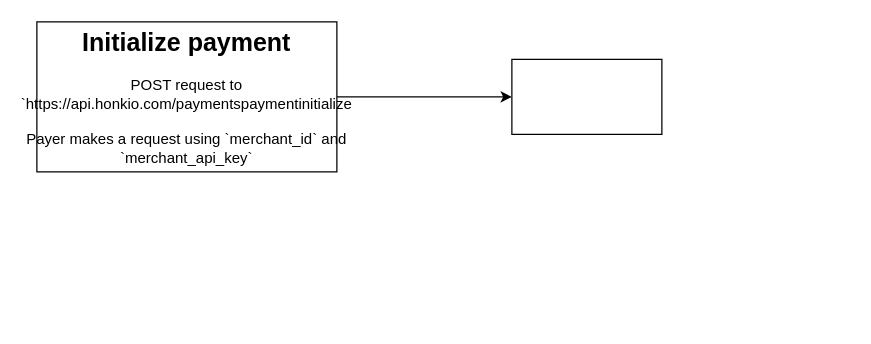
AlexanderPershin/Diagrams keeps this draw.io diagram as Honkio-project-description.drawio. Above is the earlier version. Source tidied: cells renumbered, new cells numbered last; positions are measured from the earlier drawing's top-left corner, leaving out a move shared by most shapes. Both pictures are drawn from the tidied source at 125%, with x=0, y=0 at pixel (36, 21).
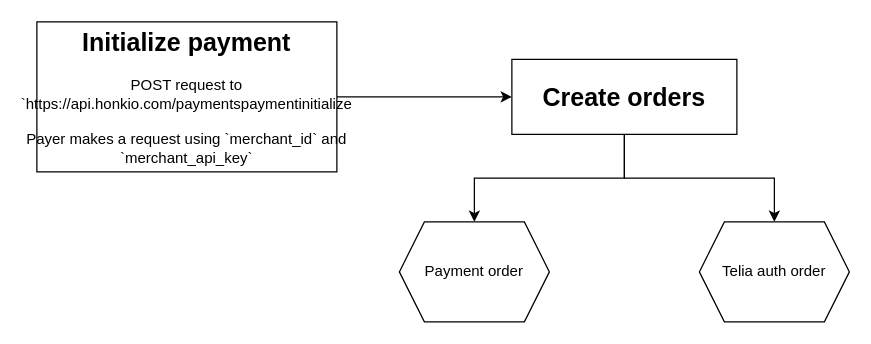
Above is the later version.

Diff of the diagram source:
```diff
@@
 <mxGraphModel>
   <root>
     <mxCell id="0" />
     <mxCell id="1" parent="0" />
     <mxCell id="2" style="edgeStyle=orthogonalEdgeStyle;rounded=0;jettySize=auto;html=1;" parent="1" edge="1" source="3" target="4">
       <mxGeometry relative="1" as="geometry" />
     </mxCell>
     <mxCell id="3" value="&lt;font style=&quot;font-size: 13px;&quot;&gt;&lt;font style=&quot;font-size: 14px;&quot;&gt;&lt;font style=&quot;font-size: 15px;&quot;&gt;&lt;font style=&quot;font-size: 16px;&quot;&gt;&lt;font style=&quot;font-size: 17px;&quot;&gt;&lt;font style=&quot;font-size: 18px;&quot;&gt;&lt;font style=&quot;font-size: 19px;&quot;&gt;&lt;font style=&quot;font-size: 20px;&quot;&gt;&lt;b&gt;Initialize payment&lt;/b&gt;&lt;/font&gt;&lt;/font&gt;&lt;/font&gt;&lt;/font&gt;&lt;/font&gt;&lt;/font&gt;&lt;/font&gt;&lt;/font&gt;&lt;br&gt;&lt;br&gt;POST request to `https://api.honkio.com/paymentspaymentinitialize&lt;br&gt;&lt;br&gt;Payer makes a request using `merchant_id` and `merchant_api_key`" style="rounded=0;whiteSpace=wrap;html=1;" parent="1" vertex="1">
       <mxGeometry width="240" height="120" as="geometry" />
     </mxCell>
+    <mxCell id="5" style="edgeStyle=orthogonalEdgeStyle;rounded=0;jettySize=auto;html=1;" parent="1" edge="1" source="4" target="7">
+      <mxGeometry relative="1" as="geometry" />
+    </mxCell>
+    <mxCell id="6" style="edgeStyle=orthogonalEdgeStyle;rounded=0;jettySize=auto;html=1;" parent="1" edge="1" source="4" target="8">
+      <mxGeometry relative="1" as="geometry" />
+    </mxCell>
-    <mxCell id="4" style="whiteSpace=wrap;html=1;rounded=0;" parent="1" vertex="1">
-      <mxGeometry x="380" y="30" width="120" height="60" as="geometry" />
+    <mxCell id="4" value="&lt;font style=&quot;font-size: 13px;&quot;&gt;&lt;font style=&quot;font-size: 20px;&quot;&gt;&lt;font style=&quot;font-size: 20px;&quot;&gt;&lt;b&gt;Create orders&lt;/b&gt;&lt;/font&gt;&lt;/font&gt;&lt;/font&gt;" style="whiteSpace=wrap;html=1;rounded=0;" parent="1" vertex="1">
+      <mxGeometry x="380" y="30" width="180" height="60" as="geometry" />
     </mxCell>
+    <mxCell id="7" value="Payment order" style="shape=hexagon;perimeter=hexagonPerimeter2;whiteSpace=wrap;html=1;fixedSize=1;rounded=0;" parent="1" vertex="1">
+      <mxGeometry x="290" y="160" width="120" height="80" as="geometry" />
+    </mxCell>
+    <mxCell id="8" value="Telia auth order" style="shape=hexagon;perimeter=hexagonPerimeter2;whiteSpace=wrap;html=1;fixedSize=1;rounded=0;" parent="1" vertex="1">
+      <mxGeometry x="530" y="160" width="120" height="80" as="geometry" />
+    </mxCell>
   </root>
 </mxGraphModel>
```
